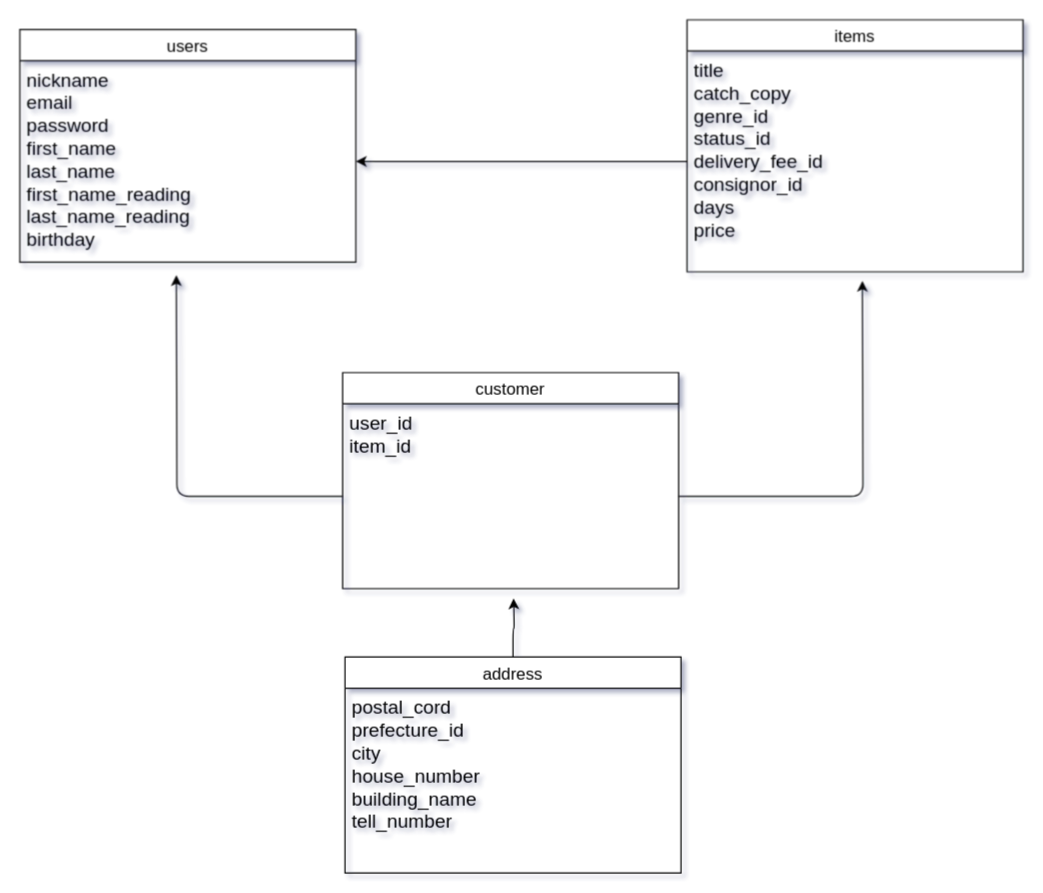
This is furima.dio from 556-mizusawa/furima-30466, a draw.io file, before an edit. Source tidied: cells renumbered, new cells numbered last; positions are measured from the earlier drawing's top-left corner, leaving out a move shared by most shapes. Both pictures are drawn from the tidied source at 120%, with x=0, y=0 at pixel (19, 19).
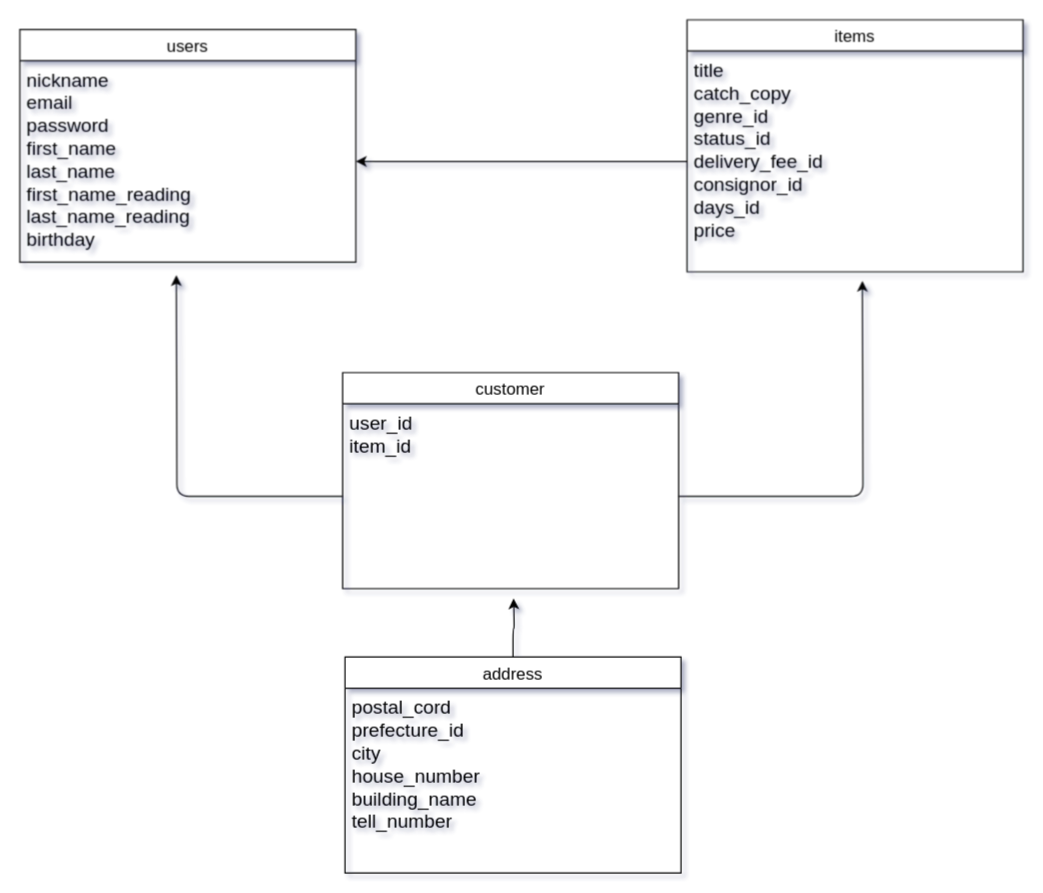
The same diagram, later.

Commit message (it also covers changes not shown here):
ER図、README修正

What changed in the source:
```diff
@@
 <mxGraphModel shadow="1">
   <root>
     <mxCell id="0" />
     <mxCell id="1" parent="0" />
     <mxCell id="2" style="edgeStyle=orthogonalEdgeStyle;curved=0;rounded=1;sketch=0;jettySize=auto;html=1;exitX=0;exitY=0.5;exitDx=0;exitDy=0;entryX=1;entryY=0.5;entryDx=0;entryDy=0;" parent="1" edge="1" source="6" target="4">
       <mxGeometry relative="1" as="geometry" />
     </mxCell>
     <mxCell id="3" value="users" style="swimlane;fontStyle=0;horizontal=1;startSize=26;align=center;fontSize=14;" parent="1" vertex="1">
       <mxGeometry y="8" width="280" height="194" as="geometry" />
     </mxCell>
     <mxCell id="4" value="nickname&#10;email&#10;password&#10;first_name&#10;last_name&#10;first_name_reading&#10;last_name_reading&#10;birthday" style="text;spacingLeft=4;spacingRight=4;overflow=hidden;points=[[0,0.5],[1,0.5]];portConstraint=eastwest;fontSize=16;" parent="3" vertex="1">
       <mxGeometry y="26" width="280" height="168" as="geometry" />
     </mxCell>
     <mxCell id="5" value="items" style="swimlane;fontStyle=0;horizontal=1;startSize=26;align=center;fontSize=14;" parent="1" vertex="1">
       <mxGeometry x="556" width="280" height="210" as="geometry" />
     </mxCell>
-    <mxCell id="6" value="title&#10;catch_copy&#10;genre_id&#10;status_id&#10;delivery_fee_id&#10;consignor_id&#10;days&#10;price" style="text;spacingLeft=4;spacingRight=4;overflow=hidden;points=[[0,0.5],[1,0.5]];portConstraint=eastwest;fontSize=16;" parent="5" vertex="1">
+    <mxCell id="6" value="title&#10;catch_copy&#10;genre_id&#10;status_id&#10;delivery_fee_id&#10;consignor_id&#10;days_id&#10;price" style="text;spacingLeft=4;spacingRight=4;overflow=hidden;points=[[0,0.5],[1,0.5]];portConstraint=eastwest;fontSize=16;" parent="5" vertex="1">
       <mxGeometry y="26" width="280" height="184" as="geometry" />
     </mxCell>
     <mxCell id="7" style="edgeStyle=orthogonalEdgeStyle;curved=0;rounded=1;sketch=0;jettySize=auto;html=1;exitX=0.5;exitY=0;exitDx=0;exitDy=0;" parent="1" edge="1" source="8">
       <mxGeometry relative="1" as="geometry">
         <mxPoint x="411.5" y="482.2" as="targetPoint" />
       </mxGeometry>
     </mxCell>
     <mxCell id="8" value="address" style="swimlane;fontStyle=0;horizontal=1;startSize=26;align=center;fontSize=14;" parent="1" vertex="1">
       <mxGeometry x="271" y="531" width="280" height="180" as="geometry" />
     </mxCell>
     <mxCell id="9" value="postal_cord&#10;prefecture_id&#10;city&#10;house_number&#10;building_name&#10;tell_number&#10;" style="text;spacingLeft=4;spacingRight=4;overflow=hidden;fontSize=16;" parent="8" vertex="1">
       <mxGeometry y="26" width="280" height="154" as="geometry" />
     </mxCell>
     <mxCell id="10" value="customer" style="swimlane;fontStyle=0;horizontal=1;startSize=26;align=center;fontSize=14;" parent="1" vertex="1">
       <mxGeometry x="269" y="294" width="280" height="180" as="geometry" />
     </mxCell>
     <mxCell id="11" value="user_id&#10;item_id" style="text;spacingLeft=4;spacingRight=4;overflow=hidden;points=[[0,0.5],[1,0.5]];portConstraint=eastwest;fontSize=16;" parent="10" vertex="1">
       <mxGeometry y="26" width="280" height="154" as="geometry" />
     </mxCell>
     <mxCell id="12" style="edgeStyle=orthogonalEdgeStyle;curved=0;rounded=1;sketch=0;jettySize=auto;html=1;exitX=1;exitY=0.5;exitDx=0;exitDy=0;" parent="1" edge="1" source="11">
       <mxGeometry relative="1" as="geometry">
         <mxPoint x="702.1" y="217.5" as="targetPoint" />
       </mxGeometry>
     </mxCell>
     <mxCell id="13" style="edgeStyle=orthogonalEdgeStyle;curved=0;rounded=1;sketch=0;jettySize=auto;html=1;exitX=0;exitY=0.5;exitDx=0;exitDy=0;" parent="1" edge="1" source="11">
       <mxGeometry relative="1" as="geometry">
         <mxPoint x="130.4" y="212.8" as="targetPoint" />
       </mxGeometry>
     </mxCell>
   </root>
 </mxGraphModel>
```
